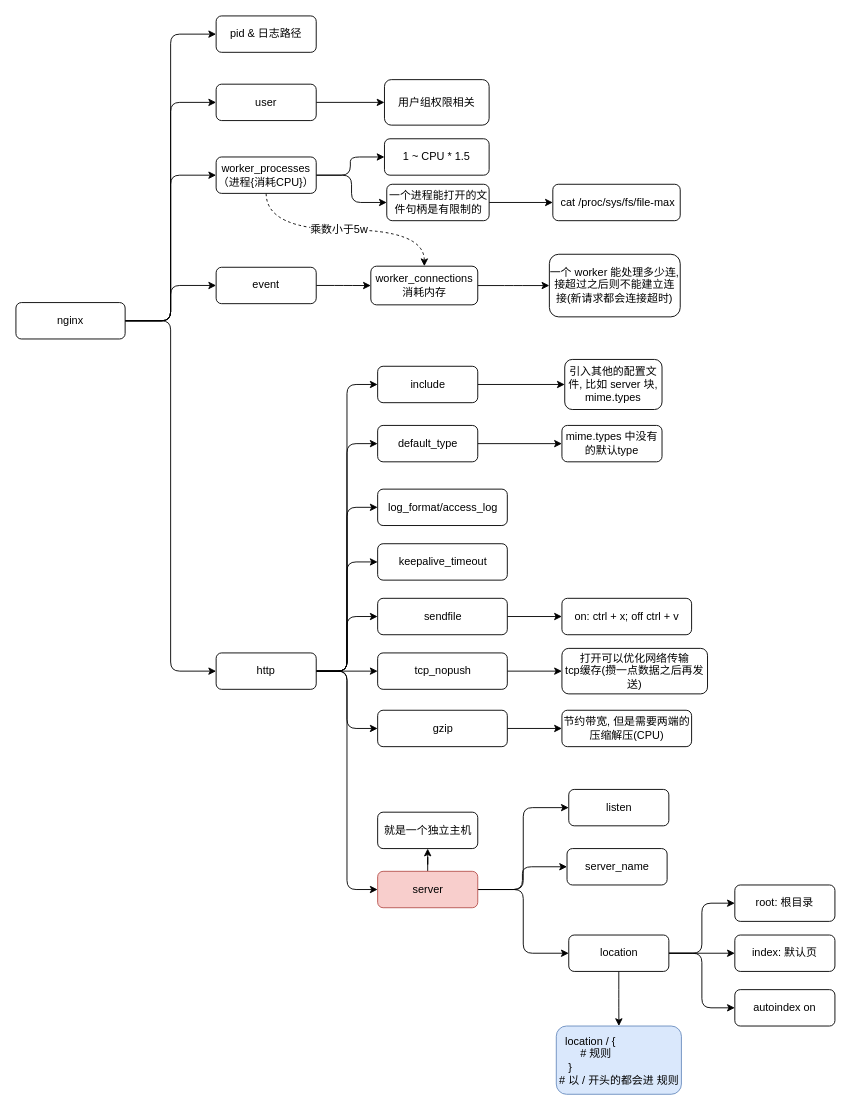
The draw.io diagram digrams/nginx/02.conf.dio in Alice52/diagrams, before the edit. Source tidied: cells renumbered, new cells numbered last; positions are measured from the earlier drawing's top-left corner, leaving out a move shared by most shapes. Both pictures are drawn from the tidied source at 91%, with x=0, y=0 at pixel (15, 15).
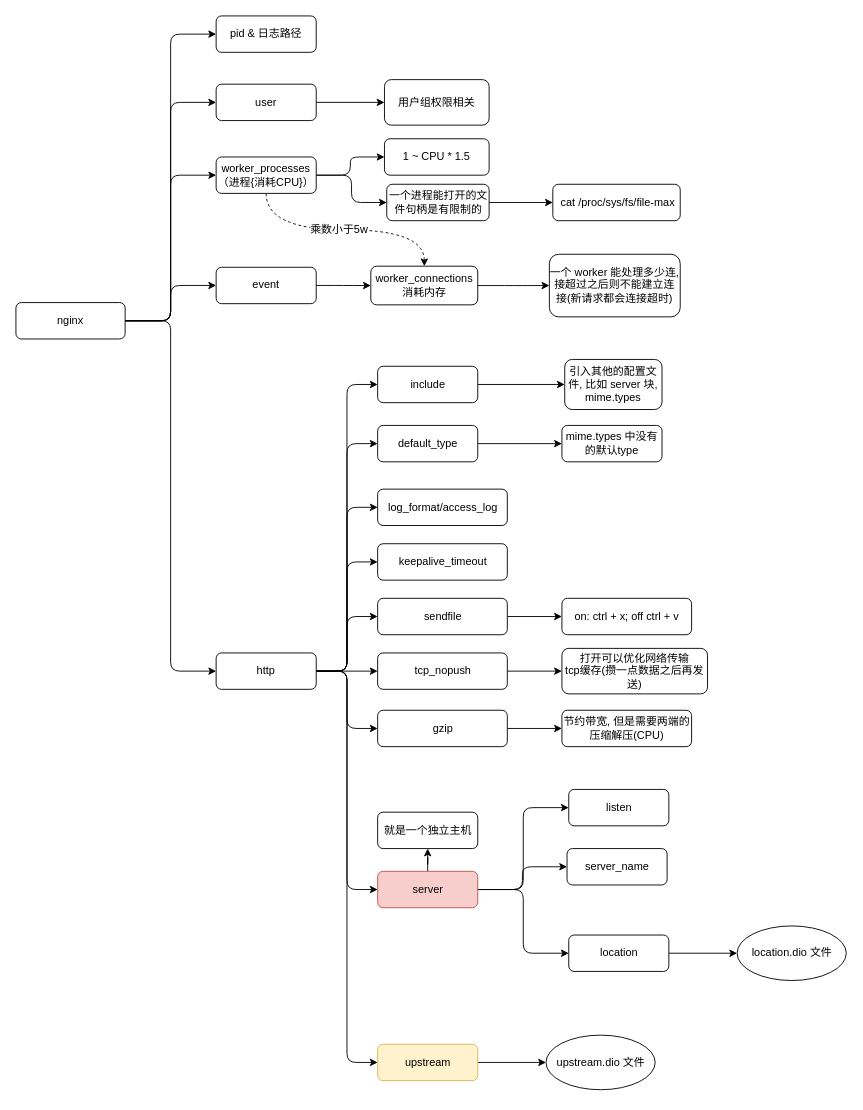
Above is the later version.

Commit message (it also covers changes not shown here):
nginx: add proxy and upstream dio

The change refers to these unchanged cells:
```xml
<mxCell id="33" value="http" style="rounded=1;whiteSpace=wrap;html=1;" parent="1" vertex="1">
  <mxGeometry x="220" y="700" width="110" height="40" as="geometry" />
</mxCell>
<mxCell id="49" value="location" style="rounded=1;whiteSpace=wrap;html=1;" parent="1" vertex="1">
  <mxGeometry x="607.5" y="1010" width="110" height="40" as="geometry" />
</mxCell>
```

Diff of the diagram source:
```diff
@@
+    <mxCell id="69" style="edgeStyle=orthogonalEdgeStyle;rounded=1;jettySize=auto;html=1;entryX=0;entryY=0.5;entryDx=0;entryDy=0;" parent="1" edge="1" source="33" target="72">
+      <mxGeometry relative="1" as="geometry" />
+    </mxCell>
@@
-    <mxCell id="45" style="edgeStyle=orthogonalEdgeStyle;rounded=1;jettySize=auto;html=1;" parent="1" edge="1" source="49" target="65">
-      <mxGeometry relative="1" as="geometry" />
-    </mxCell>
-    <mxCell id="46" style="edgeStyle=orthogonalEdgeStyle;rounded=1;jettySize=auto;html=1;entryX=0;entryY=0.5;entryDx=0;entryDy=0;" parent="1" edge="1" source="49" target="66">
-      <mxGeometry relative="1" as="geometry" />
-    </mxCell>
-    <mxCell id="47" style="edgeStyle=orthogonalEdgeStyle;rounded=1;jettySize=auto;html=1;" parent="1" edge="1" source="49" target="67">
-      <mxGeometry relative="1" as="geometry" />
-    </mxCell>
-    <mxCell id="48" style="edgeStyle=orthogonalEdgeStyle;rounded=1;jettySize=auto;html=1;entryX=0;entryY=0.5;entryDx=0;entryDy=0;" parent="1" edge="1" source="49" target="68">
-      <mxGeometry relative="1" as="geometry" />
-    </mxCell>
+    <mxCell id="70" style="edgeStyle=orthogonalEdgeStyle;rounded=0;jettySize=auto;html=1;" parent="1" edge="1" source="49" target="48">
+      <mxGeometry relative="1" as="geometry" />
+    </mxCell>
@@
-    <mxCell id="65" value="&lt;div style=&quot;text-align: left&quot;&gt;&lt;font style=&quot;font-size: 12px&quot;&gt;&amp;nbsp; location / {&lt;/font&gt;&lt;/div&gt;&lt;div style=&quot;text-align: left&quot;&gt;&lt;span&gt;&lt;font style=&quot;font-size: 12px&quot;&gt;&amp;nbsp; &amp;nbsp; &amp;nbsp; &amp;nbsp;# 规则&lt;/font&gt;&lt;/span&gt;&lt;/div&gt;&lt;div style=&quot;text-align: left&quot;&gt;&lt;span&gt;&lt;font style=&quot;font-size: 12px&quot;&gt;&amp;nbsp; &amp;nbsp;}&lt;/font&gt;&lt;/span&gt;&lt;/div&gt;&lt;div style=&quot;text-align: left&quot;&gt;&lt;font style=&quot;font-size: 12px&quot;&gt;# 以 / 开头的都会进 规则&lt;/font&gt;&lt;/div&gt;" style="whiteSpace=wrap;html=1;rounded=1;fillColor=#dae8fc;strokeColor=#6c8ebf;" parent="1" vertex="1">
-      <mxGeometry x="593.8" y="1110" width="137.5" height="75" as="geometry" />
-    </mxCell>
-    <mxCell id="66" value="root: 根目录" style="rounded=1;whiteSpace=wrap;html=1;" parent="1" vertex="1">
-      <mxGeometry x="790" y="955" width="110" height="40" as="geometry" />
-    </mxCell>
-    <mxCell id="67" value="index: 默认页" style="rounded=1;whiteSpace=wrap;html=1;" parent="1" vertex="1">
-      <mxGeometry x="790" y="1010" width="110" height="40" as="geometry" />
-    </mxCell>
-    <mxCell id="68" value="autoindex on" style="rounded=1;whiteSpace=wrap;html=1;" parent="1" vertex="1">
-      <mxGeometry x="790" y="1070" width="110" height="40" as="geometry" />
-    </mxCell>
+    <mxCell id="48" value="location.dio 文件" style="ellipse;whiteSpace=wrap;html=1;rounded=1;" parent="1" vertex="1">
+      <mxGeometry x="792.5" y="1000" width="120" height="60" as="geometry" />
+    </mxCell>
+    <mxCell id="71" style="edgeStyle=orthogonalEdgeStyle;jettySize=auto;html=1;" parent="1" edge="1" source="72" target="73">
+      <mxGeometry relative="1" as="geometry" />
+    </mxCell>
+    <mxCell id="72" value="upstream" style="rounded=1;whiteSpace=wrap;html=1;fillColor=#fff2cc;strokeColor=#d6b656;" parent="1" vertex="1">
+      <mxGeometry x="397.5" y="1130" width="110" height="40" as="geometry" />
+    </mxCell>
+    <mxCell id="73" value="upstream.dio 文件" style="ellipse;whiteSpace=wrap;html=1;rounded=1;" parent="1" vertex="1">
+      <mxGeometry x="582.5" y="1120" width="120" height="60" as="geometry" />
+    </mxCell>
```
